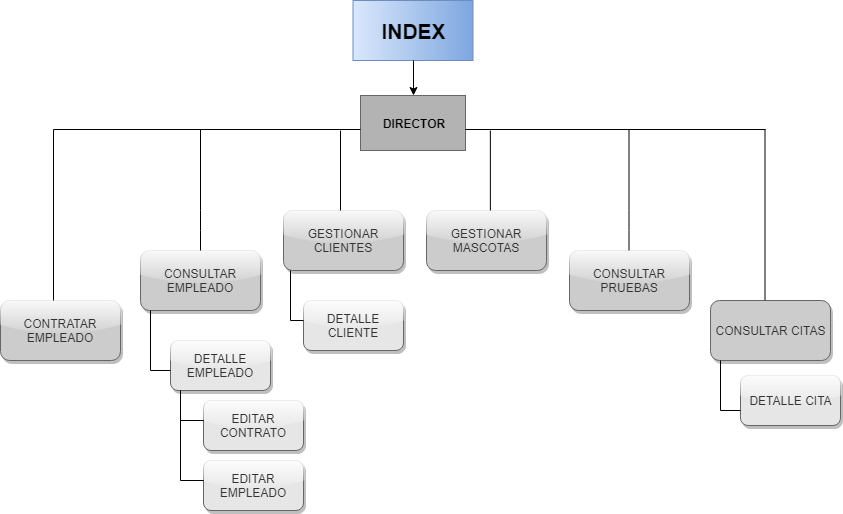
The draw.io diagram MEMORIA/UML Diagrama/UML_Rol_Director.png in poyatos/VITAL-PET, before a commit. Source tidied: cells renumbered, new cells last; positions are measured from the earlier drawing's top-left corner, leaving out a move shared by most shapes.
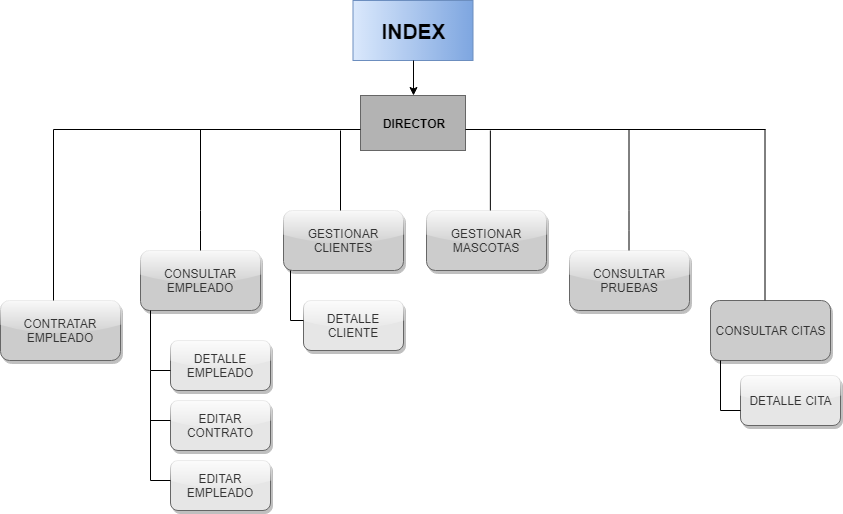
The same diagram one commit later.

Change to the diagram source:
```diff
@@ -80,26 +80,26 @@
       <mxGeometry x="170" y="340" width="100" height="50" as="geometry" />
     </mxCell>
     <mxCell id="21" value="EDITAR CONTRATO" style="rounded=1;whiteSpace=wrap;html=1;fillColor=#E6E6E6;strokeColor=#666666;fontColor=#333333;glass=1;shadow=1;" parent="1" vertex="1">
-      <mxGeometry x="203" y="400" width="100" height="50" as="geometry" />
+      <mxGeometry x="170" y="400" width="100" height="50" as="geometry" />
     </mxCell>
     <mxCell id="22" value="EDITAR EMPLEADO" style="rounded=1;whiteSpace=wrap;html=1;fillColor=#E6E6E6;strokeColor=#666666;fontColor=#333333;glass=1;shadow=1;" parent="1" vertex="1">
-      <mxGeometry x="203" y="460" width="100" height="50" as="geometry" />
+      <mxGeometry x="170" y="460" width="100" height="50" as="geometry" />
     </mxCell>
     <mxCell id="23" style="endArrow=none;html=1;exitX=-0.002;exitY=0.6;exitDx=0;exitDy=0;exitPerimeter=0;" parent="1" edge="1" source="20">
       <mxGeometry relative="1" as="geometry">
         <mxPoint x="150" y="370" as="targetPoint" />
       </mxGeometry>
     </mxCell>
-    <mxCell id="24" style="endArrow=none;html=1;exitX=-0.002;exitY=0.6;exitDx=0;exitDy=0;exitPerimeter=0;" parent="1" edge="1">
+    <mxCell id="24" style="endArrow=none;html=1;" parent="1" edge="1">
       <mxGeometry relative="1" as="geometry">
-        <mxPoint x="203.2" y="420" as="sourcePoint" />
-        <mxPoint x="180" y="420" as="targetPoint" />
+        <mxPoint x="170" y="420" as="sourcePoint" />
+        <mxPoint x="150" y="420" as="targetPoint" />
       </mxGeometry>
     </mxCell>
-    <mxCell id="25" style="endArrow=none;html=1;exitX=-0.002;exitY=0.6;exitDx=0;exitDy=0;exitPerimeter=0;" parent="1" edge="1">
+    <mxCell id="25" style="endArrow=none;html=1;" parent="1" edge="1">
       <mxGeometry relative="1" as="geometry">
-        <mxPoint x="203.2" y="480" as="sourcePoint" />
-        <mxPoint x="180" y="480" as="targetPoint" />
+        <mxPoint x="170" y="480" as="sourcePoint" />
+        <mxPoint x="150" y="480" as="targetPoint" />
       </mxGeometry>
     </mxCell>
     <mxCell id="26" value="DETALLE CLIENTE" style="rounded=1;whiteSpace=wrap;html=1;fillColor=#E6E6E6;strokeColor=#666666;fontColor=#333333;glass=1;shadow=1;" parent="1" vertex="1">
@@ -136,10 +136,10 @@
         <mxPoint x="150" y="310" as="targetPoint" />
       </mxGeometry>
     </mxCell>
-    <mxCell id="33" style="endArrow=none;html=1;entryX=0.935;entryY=0.625;entryDx=0;entryDy=0;entryPerimeter=0;" parent="1" edge="1">
+    <mxCell id="33" style="endArrow=none;html=1;" parent="1" edge="1">
       <mxGeometry relative="1" as="geometry">
-        <mxPoint x="180" y="480" as="sourcePoint" />
-        <mxPoint x="180" y="390" as="targetPoint" />
+        <mxPoint x="150" y="480" as="sourcePoint" />
+        <mxPoint x="150" y="370" as="targetPoint" />
       </mxGeometry>
     </mxCell>
   </root>
```
